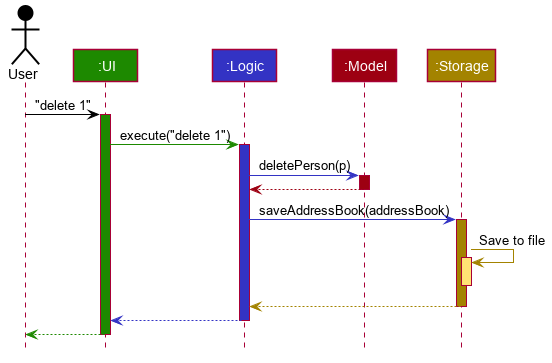
The PlantUML diagram docs/images/ArchitectureSequenceDiagram.png in nus-cs2103-AY1920S1/addressbook-level3, before a commit.
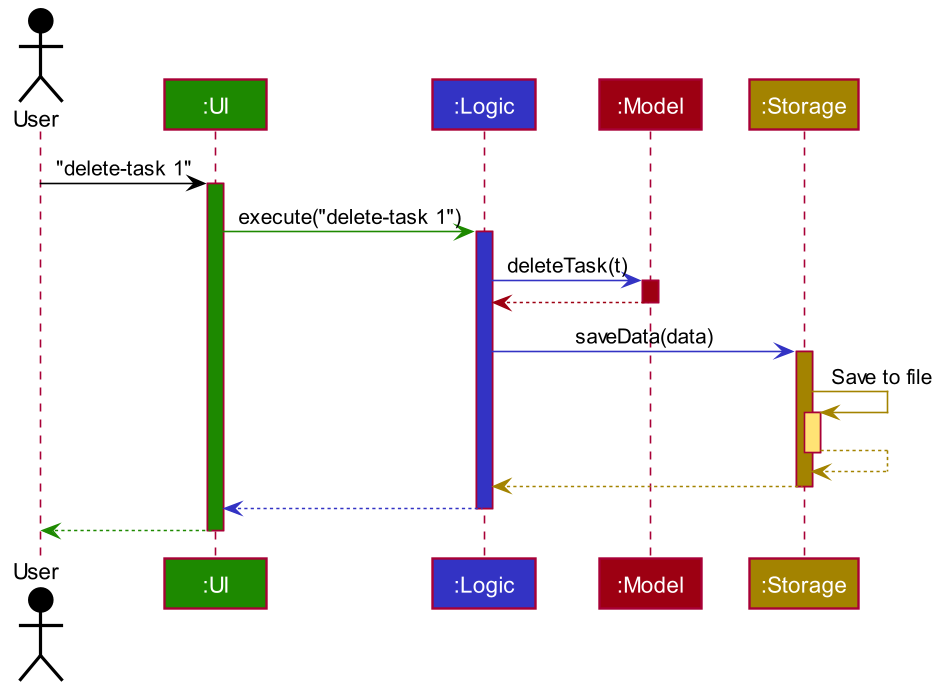
After the commit.

Change to the diagram source:
```diff
@@ -17,6 +17,7 @@
     BorderColor #FFFFFF
     StereotypeFontColor #FFFFFF
     FontName Arial
+    ClassAttributeFontColor #FFFFFFF
 }
 
 skinparam Actor {
@@ -44,9 +45,8 @@
 skinparam DefaultTextAlignment center
 skinparam packageStyle Rectangle
 
-hide footbox
+hide circle
 hide members
-hide circle
 
 Actor User as user #000000
 Participant ":UI" as ui #1D8900
@@ -54,23 +54,24 @@
 Participant ":Model" as model #9D0012
 Participant ":Storage" as storage #A38300
 
-user -[#000000]> ui : "delete 1"
+user -[#000000]> ui : "delete-task 1"
 activate ui #1D8900
 
-ui -[#1D8900]> logic : execute("delete 1")
+ui -[#1D8900]> logic : execute("delete-task 1")
 activate logic #3333C4
 
-logic -[#3333C4]> model : deletePerson(p)
+logic -[#3333C4]> model : deleteTask(t)
 activate model #9D0012
 
 model -[#9D0012]-> logic
 deactivate model
 
-logic -[#3333C4]> storage : saveAddressBook(addressBook)
+logic -[#3333C4]> storage : saveData(data)
 activate storage #A38300
 
 storage -[#A38300]> storage : Save to file
 activate storage #FFE374
+storage --[#A38300]> storage
 deactivate storage
 
 storage --[#A38300]> logic
```
